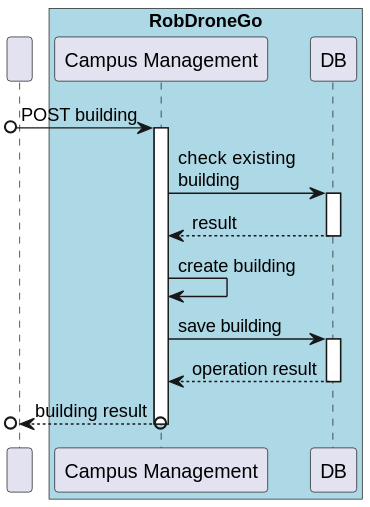
Earlier version of the PlantUML export docs/US/ID-150/SD Lv2.svg (winqus/RobDroneGo).
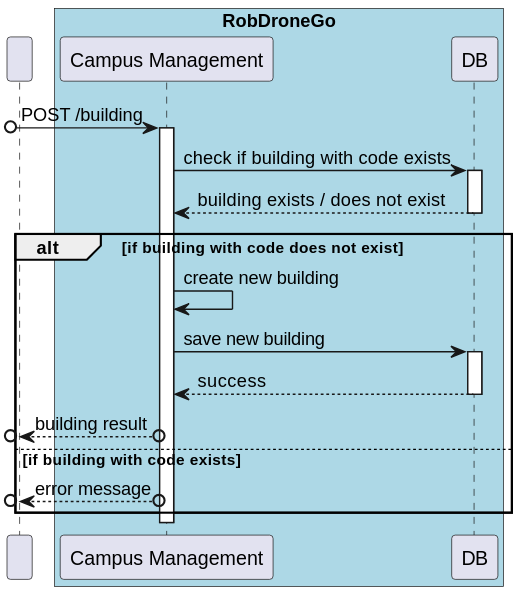
Later version of the same file.

Change to the diagram source:
```diff
@@ -6,22 +6,30 @@
     participant "DB" as DB
 end box
 
-[o-> campus : POST building
+[o-> campus : POST /building
 activate campus
 
-campus -> DB : check existing\nbuilding
+campus -> DB : check if building with code exists
 activate DB
-DB --> campus : result
+DB --> campus : building exists / does not exist
 deactivate DB
 
-campus -> campus : create building
+alt if building with code does not exist
 
-campus -> DB : save building
-activate DB
-DB --> campus : operation result
-deactivate DB
+    campus -> campus : create new building
 
-[o<--o campus : building result
+    campus -> DB : save new building
+    activate DB
+    DB --> campus : success
+    deactivate DB
+
+    [o<--o campus : building result
+
+else if building with code exists
+
+    [o<--o campus : error message
+
+end
 deactivate campus
 
 @enduml
```
